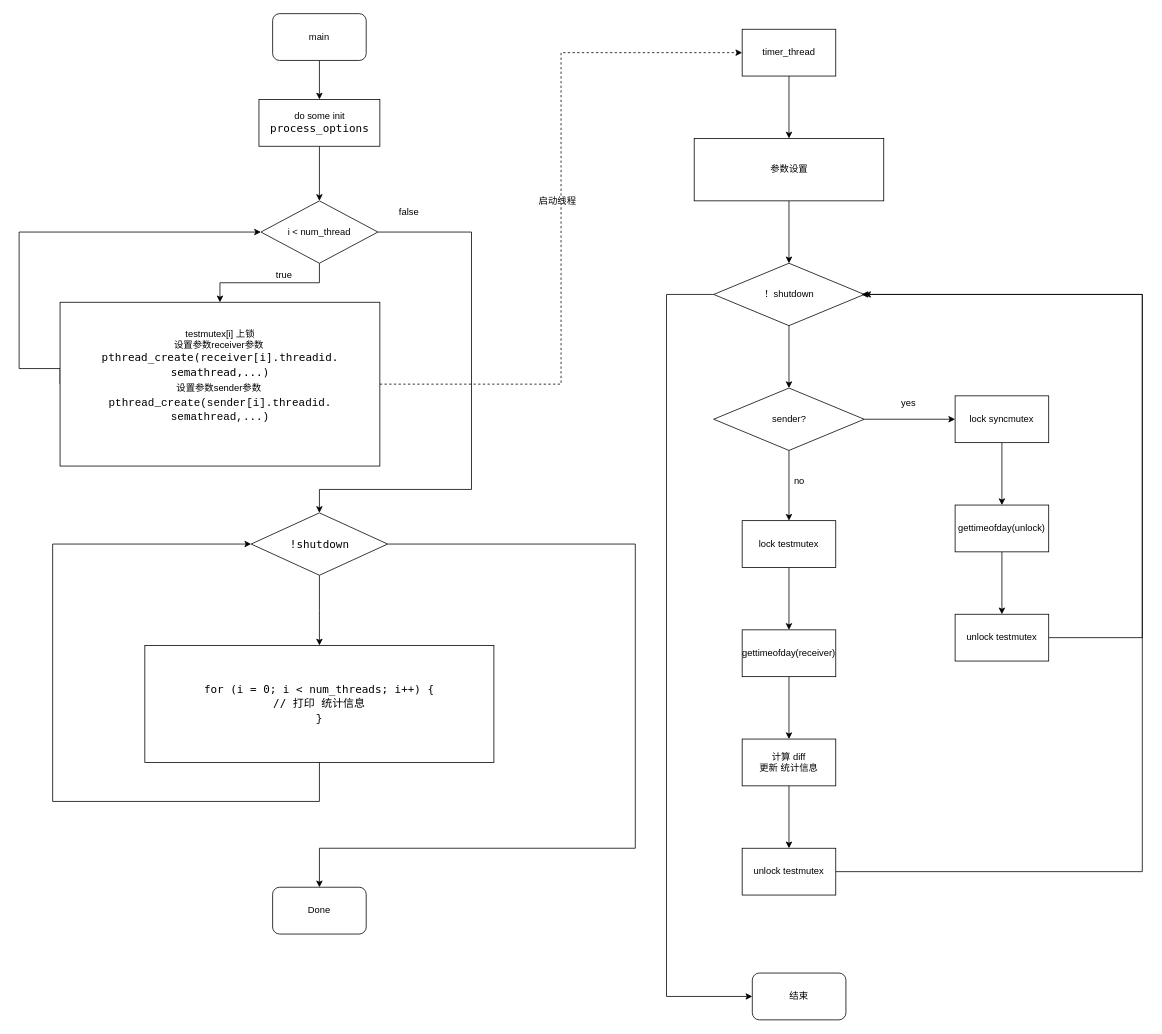
This is draft/ptsematest.drawio from GCYYfun/DraftDoc, a draw.io file, before an edit. Source tidied: cells renumbered, new cells numbered last; positions are measured from the earlier drawing's top-left corner, leaving out a move shared by most shapes. Both pictures are drawn from the tidied source at 78%, with x=0, y=0 at pixel (19, 13).
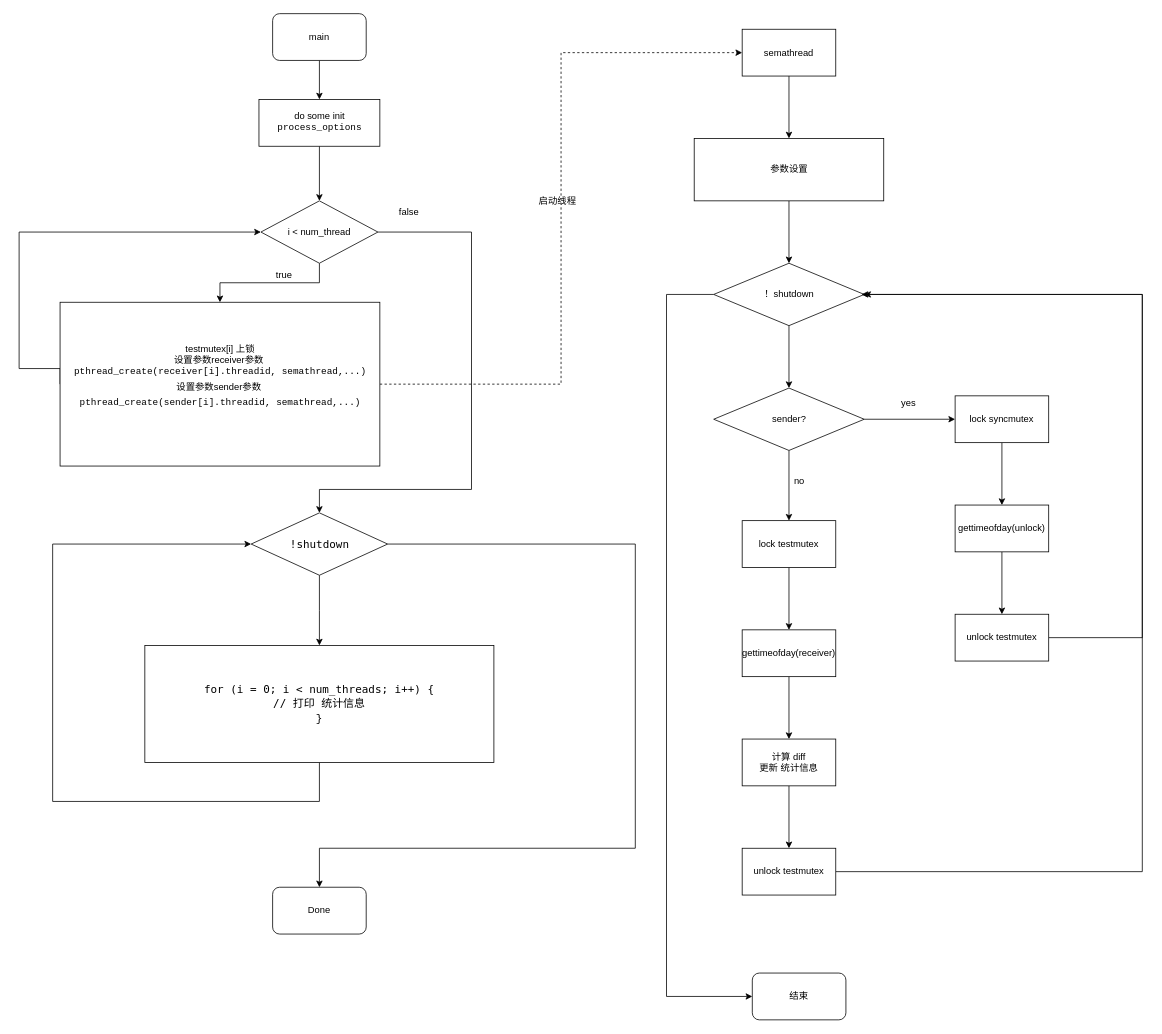
The same page after the edit.

The edit, as a diff of the source:
```diff
@@
-    <mxCell id="5" value="do some init&lt;br&gt;&lt;div style=&quot;font-family: &amp;#34;droid sans mono&amp;#34; , &amp;#34;monospace&amp;#34; , monospace , &amp;#34;droid sans fallback&amp;#34; ; font-size: 14px ; line-height: 19px&quot;&gt;process_options&lt;/div&gt;" style="rounded=0;whiteSpace=wrap;html=1;" parent="1" vertex="1">
+    <mxCell id="5" value="&lt;font style=&quot;font-size: 12px&quot;&gt;do some init&lt;br&gt;&lt;/font&gt;&lt;div style=&quot;font-family: &amp;#34;droid sans mono&amp;#34; , monospace , monospace , &amp;#34;droid sans fallback&amp;#34; ; line-height: 19px&quot;&gt;&lt;font style=&quot;font-size: 12px&quot;&gt;process_options&lt;/font&gt;&lt;/div&gt;" style="rounded=0;whiteSpace=wrap;html=1;" parent="1" vertex="1">
       <mxGeometry x="307.5" y="110" width="155" height="60" as="geometry" />
     </mxCell>
@@
-    <mxCell id="12" value="testmutex[i] 上锁&lt;br&gt;设置参数receiver参数&amp;nbsp;&lt;br&gt;&lt;div style=&quot;font-family: &amp;#34;droid sans mono&amp;#34; , &amp;#34;monospace&amp;#34; , monospace , &amp;#34;droid sans fallback&amp;#34; ; font-size: 14px ; line-height: 19px&quot;&gt;pthread_create(receiver[i].threadid. semathread,...)&lt;/div&gt;&lt;div style=&quot;font-family: &amp;#34;droid sans mono&amp;#34; , &amp;#34;monospace&amp;#34; , monospace , &amp;#34;droid sans fallback&amp;#34; ; font-size: 14px ; line-height: 19px&quot;&gt;&lt;span style=&quot;font-family: &amp;#34;helvetica&amp;#34; ; font-size: 12px&quot;&gt;设置参数sender参数&amp;nbsp;&lt;/span&gt;&lt;br&gt;&lt;/div&gt;&lt;div style=&quot;font-family: &amp;#34;droid sans mono&amp;#34; , &amp;#34;monospace&amp;#34; , monospace , &amp;#34;droid sans fallback&amp;#34; ; font-size: 14px ; line-height: 19px&quot;&gt;&lt;div style=&quot;font-family: &amp;#34;droid sans mono&amp;#34; , monospace , monospace , &amp;#34;droid sans fallback&amp;#34; ; line-height: 19px&quot;&gt;pthread_create(sender[i].threadid. semathread,...)&lt;/div&gt;&lt;div&gt;&lt;br&gt;&lt;/div&gt;&lt;/div&gt;" style="rounded=0;whiteSpace=wrap;html=1;" parent="1" vertex="1">
+    <mxCell id="12" value="&lt;font style=&quot;font-size: 12px&quot;&gt;testmutex[i] 上锁&lt;br&gt;设置参数receiver参数&amp;nbsp;&lt;br&gt;&lt;/font&gt;&lt;div style=&quot;font-family: &amp;#34;droid sans mono&amp;#34; , monospace , monospace , &amp;#34;droid sans fallback&amp;#34; ; line-height: 19px&quot;&gt;&lt;font style=&quot;font-size: 12px&quot;&gt;pthread_create(receiver[i].threadid, semathread,...)&lt;/font&gt;&lt;/div&gt;&lt;div style=&quot;font-family: &amp;#34;droid sans mono&amp;#34; , monospace , monospace , &amp;#34;droid sans fallback&amp;#34; ; line-height: 19px&quot;&gt;&lt;font style=&quot;font-size: 12px&quot;&gt;&lt;span style=&quot;font-family: &amp;#34;helvetica&amp;#34;&quot;&gt;设置参数sender参数&amp;nbsp;&lt;/span&gt;&lt;br&gt;&lt;/font&gt;&lt;/div&gt;&lt;div style=&quot;font-family: &amp;#34;droid sans mono&amp;#34; , monospace , monospace , &amp;#34;droid sans fallback&amp;#34; ; line-height: 19px&quot;&gt;&lt;div style=&quot;font-family: &amp;#34;droid sans mono&amp;#34; , monospace , monospace , &amp;#34;droid sans fallback&amp;#34; ; line-height: 19px&quot;&gt;&lt;font style=&quot;font-size: 12px&quot;&gt;pthread_create(sender[i].threadid, semathread,...)&lt;/font&gt;&lt;/div&gt;&lt;div&gt;&lt;br&gt;&lt;/div&gt;&lt;/div&gt;" style="rounded=0;whiteSpace=wrap;html=1;" parent="1" vertex="1">
       <mxGeometry x="52.5" y="370" width="410" height="210" as="geometry" />
     </mxCell>
@@
-    <mxCell id="21" value="timer_thread" style="rounded=0;whiteSpace=wrap;html=1;" parent="1" vertex="1">
+    <mxCell id="21" value="&lt;span&gt;&lt;p style=&quot;line-height: 100% ; margin-bottom: 0pt ; margin-top: 0pt&quot;&gt;&lt;span class=&quot;ql-author-40603024&quot;&gt;&lt;font style=&quot;font-size: 12px&quot;&gt;semathread&lt;/font&gt;&lt;/span&gt;&lt;/p&gt;&lt;/span&gt;" style="rounded=0;whiteSpace=wrap;html=1;" parent="1" vertex="1">
       <mxGeometry x="927" y="20" width="120" height="60" as="geometry" />
     </mxCell>
```
